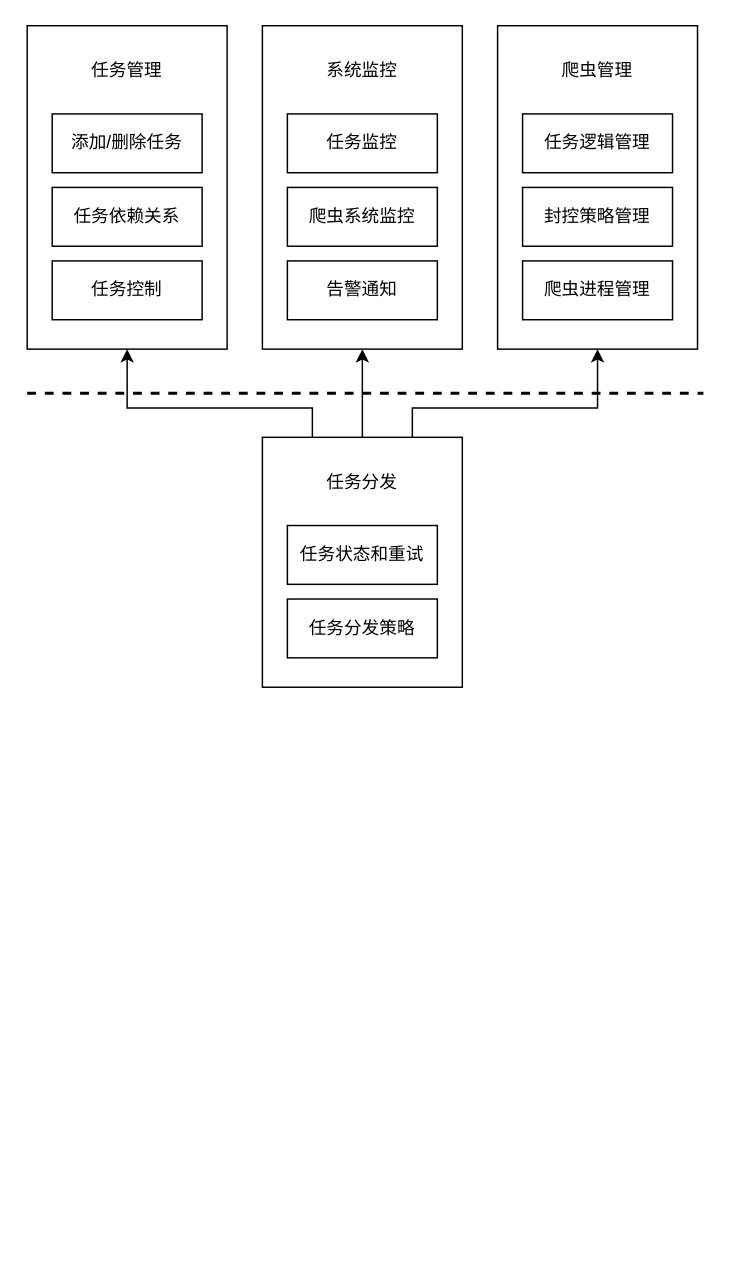
The draw.io diagram 架构图-爬虫.drawio in digevil/drawio, before the edit. Source tidied: cells renumbered, new cells numbered last; positions are measured from the earlier drawing's top-left corner, leaving out a move shared by most shapes. Both pictures are drawn from the tidied source at 147%, with x=0, y=0 at pixel (26, 25).
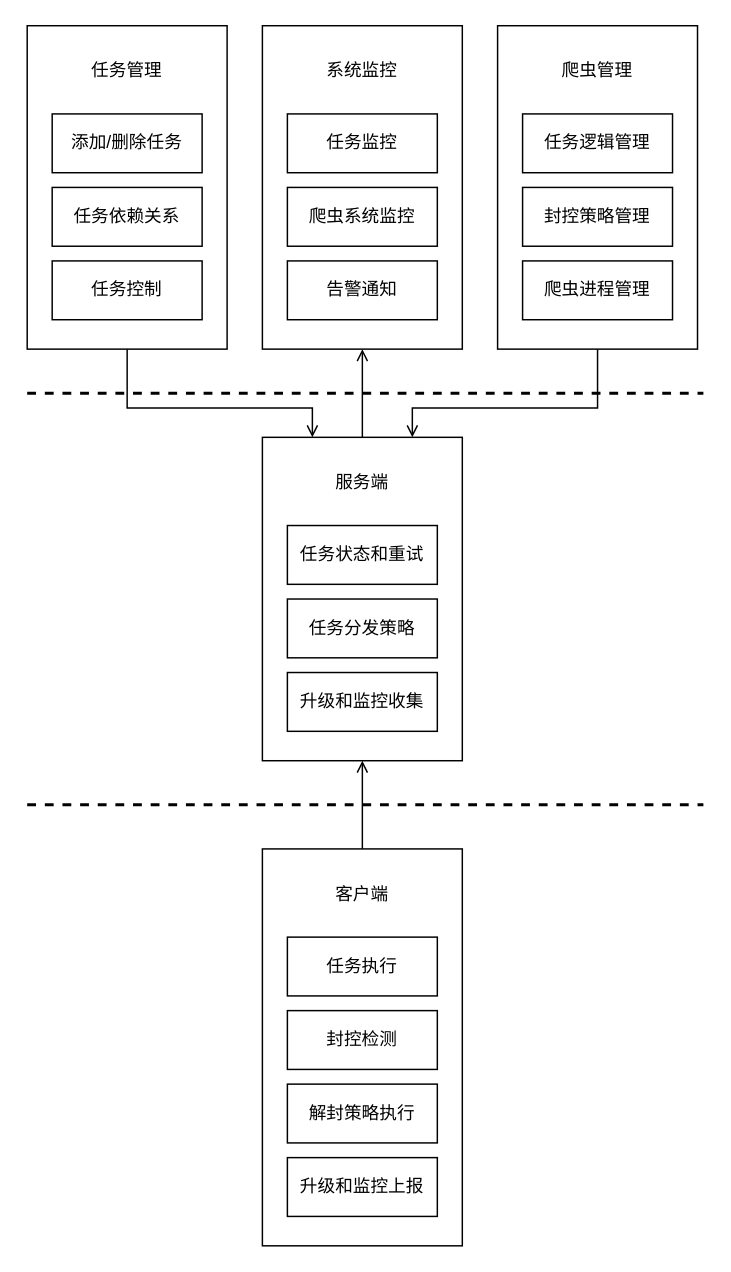
After the change.

Commit message (it also covers changes not shown here):
更新架构图-爬虫.drawio

Unchanged cells that the change refers to:
```xml
<mxCell id="2" style="rounded=0;whiteSpace=wrap;html=1;labelPosition=center;verticalLabelPosition=middle;align=center;verticalAlign=middle;" parent="1" vertex="1">
  <mxGeometry width="136" height="220" as="geometry" />
</mxCell>
<mxCell id="7" style="rounded=0;whiteSpace=wrap;html=1;labelPosition=center;verticalLabelPosition=middle;align=center;verticalAlign=middle;" parent="1" vertex="1">
  <mxGeometry x="160" width="136" height="220" as="geometry" />
</mxCell>
<mxCell id="11" style="rounded=0;whiteSpace=wrap;html=1;labelPosition=center;verticalLabelPosition=middle;align=center;verticalAlign=middle;" parent="1" vertex="1">
  <mxGeometry x="320" width="136" height="220" as="geometry" />
</mxCell>
```

What changed in the source:
```diff
@@
-    <mxCell id="18" style="edgeStyle=orthogonalEdgeStyle;rounded=0;jettySize=auto;html=1;entryX=0.5;entryY=1;entryDx=0;entryDy=0;" parent="1" edge="1" source="21" target="7">
+    <mxCell id="18" style="edgeStyle=orthogonalEdgeStyle;rounded=0;jettySize=auto;html=1;entryX=0.5;entryY=1;entryDx=0;entryDy=0;endArrow=open;endFill=0;" parent="1" edge="1" source="21" target="7">
       <mxGeometry relative="1" as="geometry" />
     </mxCell>
-    <mxCell id="19" style="edgeStyle=orthogonalEdgeStyle;rounded=0;jettySize=auto;html=1;exitX=0.75;exitY=0;exitDx=0;exitDy=0;entryX=0.5;entryY=1;entryDx=0;entryDy=0;" parent="1" edge="1" source="21" target="11">
+    <mxCell id="19" style="edgeStyle=orthogonalEdgeStyle;rounded=0;jettySize=auto;html=1;exitX=0.75;exitY=0;exitDx=0;exitDy=0;entryX=0.5;entryY=1;entryDx=0;entryDy=0;startArrow=open;startFill=0;endArrow=none;endFill=0;" parent="1" edge="1" source="21" target="11">
       <mxGeometry relative="1" as="geometry">
         <Array as="points">
           <mxPoint x="262" y="260" />
           <mxPoint x="388" y="260" />
         </Array>
       </mxGeometry>
     </mxCell>
-    <mxCell id="20" style="edgeStyle=orthogonalEdgeStyle;rounded=0;jettySize=auto;html=1;exitX=0.25;exitY=0;exitDx=0;exitDy=0;entryX=0.5;entryY=1;entryDx=0;entryDy=0;" parent="1" edge="1" source="21" target="2">
+    <mxCell id="20" style="edgeStyle=orthogonalEdgeStyle;rounded=0;jettySize=auto;html=1;exitX=0.25;exitY=0;exitDx=0;exitDy=0;entryX=0.5;entryY=1;entryDx=0;entryDy=0;startArrow=open;startFill=0;endArrow=none;endFill=0;" parent="1" edge="1" source="21" target="2">
       <mxGeometry relative="1" as="geometry">
         <Array as="points">
           <mxPoint x="194" y="260" />
           <mxPoint x="68" y="260" />
         </Array>
       </mxGeometry>
     </mxCell>
     <mxCell id="21" style="rounded=0;whiteSpace=wrap;html=1;labelPosition=center;verticalLabelPosition=middle;align=center;verticalAlign=middle;" parent="1" vertex="1">
-      <mxGeometry x="160" y="280" width="136" height="170" as="geometry" />
+      <mxGeometry x="160" y="280" width="136" height="220" as="geometry" />
     </mxCell>
-    <mxCell id="22" value="任务分发" style="text;html=1;strokeColor=none;fillColor=none;align=center;verticalAlign=middle;whiteSpace=wrap;rounded=0;" parent="1" vertex="1">
+    <mxCell id="22" value="服务端" style="text;html=1;strokeColor=none;fillColor=none;align=center;verticalAlign=middle;whiteSpace=wrap;rounded=0;" parent="1" vertex="1">
       <mxGeometry x="198" y="296" width="60" height="30" as="geometry" />
     </mxCell>
@@
+    <mxCell id="25" style="endArrow=none;dashed=1;html=1;strokeWidth=2;rounded=0;" parent="1" edge="1">
+      <mxGeometry relative="1" as="geometry">
+        <mxPoint y="530" as="sourcePoint" />
+        <mxPoint x="460" y="530" as="targetPoint" />
+      </mxGeometry>
+    </mxCell>
+    <mxCell id="26" style="edgeStyle=orthogonalEdgeStyle;rounded=0;jettySize=auto;html=1;exitX=0.5;exitY=0;exitDx=0;exitDy=0;entryX=0.5;entryY=1;entryDx=0;entryDy=0;endArrow=open;endFill=0;" parent="1" edge="1" source="27" target="21">
+      <mxGeometry relative="1" as="geometry" />
+    </mxCell>
+    <mxCell id="27" style="rounded=0;whiteSpace=wrap;html=1;labelPosition=center;verticalLabelPosition=middle;align=center;verticalAlign=middle;" parent="1" vertex="1">
+      <mxGeometry x="160" y="560" width="136" height="270" as="geometry" />
+    </mxCell>
+    <mxCell id="28" value="客户端" style="text;html=1;strokeColor=none;fillColor=none;align=center;verticalAlign=middle;whiteSpace=wrap;rounded=0;" parent="1" vertex="1">
+      <mxGeometry x="198" y="576" width="60" height="30" as="geometry" />
+    </mxCell>
+    <mxCell id="29" value="任务执行" style="rounded=0;whiteSpace=wrap;html=1;" parent="1" vertex="1">
+      <mxGeometry x="177" y="620" width="102" height="40" as="geometry" />
+    </mxCell>
+    <mxCell id="30" value="封控检测" style="rounded=0;whiteSpace=wrap;html=1;" parent="1" vertex="1">
+      <mxGeometry x="177" y="670" width="102" height="40" as="geometry" />
+    </mxCell>
+    <mxCell id="31" value="解封策略执行" style="rounded=0;whiteSpace=wrap;html=1;" parent="1" vertex="1">
+      <mxGeometry x="177" y="720" width="102" height="40" as="geometry" />
+    </mxCell>
+    <mxCell id="32" value="升级和监控上报" style="rounded=0;whiteSpace=wrap;html=1;" parent="1" vertex="1">
+      <mxGeometry x="177" y="770" width="102" height="40" as="geometry" />
+    </mxCell>
+    <mxCell id="33" value="升级和监控收集" style="rounded=0;whiteSpace=wrap;html=1;" parent="1" vertex="1">
+      <mxGeometry x="177" y="440" width="102" height="40" as="geometry" />
+    </mxCell>
```
